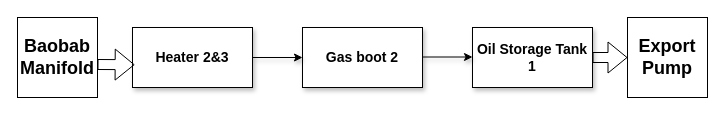
The draw.io diagram images/Baobab.drawio in aboubakarismael16/academic, before the edit. Source tidied: cells renumbered, new cells numbered last; positions are measured from the earlier drawing's top-left corner, leaving out a move shared by most shapes. Both pictures are drawn from the tidied source at 100%, with x=0, y=0 at pixel (17, 17).
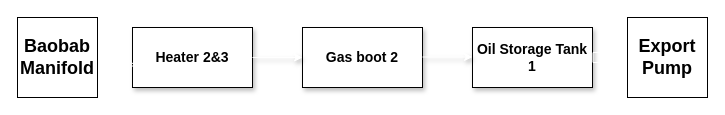
After the change.

The edit, as a diff of the source:
```diff
@@
 <mxGraphModel>
   <root>
     <mxCell id="0" />
     <mxCell id="1" parent="0" />
     <mxCell id="2" value="&lt;font style=&quot;font-size: 14px;&quot;&gt;&lt;b&gt;Heater 2&amp;amp;3&lt;/b&gt;&lt;/font&gt;" style="rounded=0;whiteSpace=wrap;html=1;shadow=1;" parent="1" vertex="1">
       <mxGeometry x="115" y="10" width="120" height="60" as="geometry" />
     </mxCell>
     <mxCell id="3" value="&lt;b&gt;&lt;font style=&quot;font-size: 14px;&quot;&gt;Gas boot 2&lt;/font&gt;&lt;/b&gt;" style="rounded=0;whiteSpace=wrap;html=1;shadow=1;" parent="1" vertex="1">
       <mxGeometry x="285" y="10" width="120" height="60" as="geometry" />
     </mxCell>
     <mxCell id="4" value="&lt;b&gt;&lt;font style=&quot;font-size: 14px;&quot;&gt;Oil Storage Tank 1&lt;/font&gt;&lt;/b&gt;" style="rounded=0;whiteSpace=wrap;html=1;shadow=1;" parent="1" vertex="1">
       <mxGeometry x="455" y="10" width="120" height="60" as="geometry" />
     </mxCell>
-    <mxCell id="5" style="endArrow=classic;html=1;rounded=0;exitX=1;exitY=0.5;exitDx=0;exitDy=0;entryX=0;entryY=0.5;entryDx=0;entryDy=0;shadow=1;" parent="1" edge="1" source="2" target="3">
+    <mxCell id="5" style="endArrow=classic;html=1;rounded=0;exitX=1;exitY=0.5;exitDx=0;exitDy=0;entryX=0;entryY=0.5;entryDx=0;entryDy=0;shadow=1;strokeColor=#FFFFFF;" parent="1" edge="1" source="2" target="3">
       <mxGeometry relative="1" as="geometry" />
     </mxCell>
-    <mxCell id="6" style="endArrow=classic;html=1;rounded=0;exitX=1;exitY=0.5;exitDx=0;exitDy=0;entryX=0;entryY=0.5;entryDx=0;entryDy=0;shadow=1;" parent="1" edge="1">
+    <mxCell id="6" style="endArrow=classic;html=1;rounded=0;exitX=1;exitY=0.5;exitDx=0;exitDy=0;entryX=0;entryY=0.5;entryDx=0;entryDy=0;shadow=1;strokeColor=#FFFFFF;" parent="1" edge="1">
       <mxGeometry relative="1" as="geometry">
         <mxPoint x="405" y="39.5" as="sourcePoint" />
         <mxPoint x="455" y="39.5" as="targetPoint" />
       </mxGeometry>
     </mxCell>
-    <mxCell id="7" style="shape=flexArrow;endArrow=classic;html=1;rounded=0;entryX=0.018;entryY=0.62;entryDx=0;entryDy=0;entryPerimeter=0;" parent="1" edge="1" target="2">
+    <mxCell id="7" style="shape=flexArrow;endArrow=classic;html=1;rounded=0;entryX=0.018;entryY=0.62;entryDx=0;entryDy=0;entryPerimeter=0;strokeColor=#FFFFFF;" parent="1" edge="1" target="2">
       <mxGeometry relative="1" as="geometry">
         <mxPoint x="80" y="47" as="sourcePoint" />
       </mxGeometry>
     </mxCell>
     <mxCell id="8" value="&lt;font style=&quot;font-size: 18px;&quot;&gt;&lt;b&gt;Baobab Manifold&lt;/b&gt;&lt;/font&gt;" style="whiteSpace=wrap;html=1;" parent="1" vertex="1">
       <mxGeometry width="80" height="80" as="geometry" />
     </mxCell>
-    <mxCell id="9" style="shape=flexArrow;endArrow=classic;html=1;rounded=0;entryX=0;entryY=0.5;entryDx=0;entryDy=0;exitX=1;exitY=0.5;exitDx=0;exitDy=0;" parent="1" edge="1" target="10">
+    <mxCell id="9" style="shape=flexArrow;endArrow=classic;html=1;rounded=0;entryX=0;entryY=0.5;entryDx=0;entryDy=0;exitX=1;exitY=0.5;exitDx=0;exitDy=0;strokeColor=#FFFFFF;" parent="1" edge="1" target="10">
       <mxGeometry relative="1" as="geometry">
         <mxPoint x="575" y="40" as="sourcePoint" />
       </mxGeometry>
     </mxCell>
     <mxCell id="10" value="&lt;b&gt;&lt;font style=&quot;font-size: 18px;&quot;&gt;Export Pump&lt;/font&gt;&lt;/b&gt;" style="whiteSpace=wrap;html=1;" parent="1" vertex="1">
       <mxGeometry x="610" width="80" height="80" as="geometry" />
     </mxCell>
   </root>
 </mxGraphModel>
```
